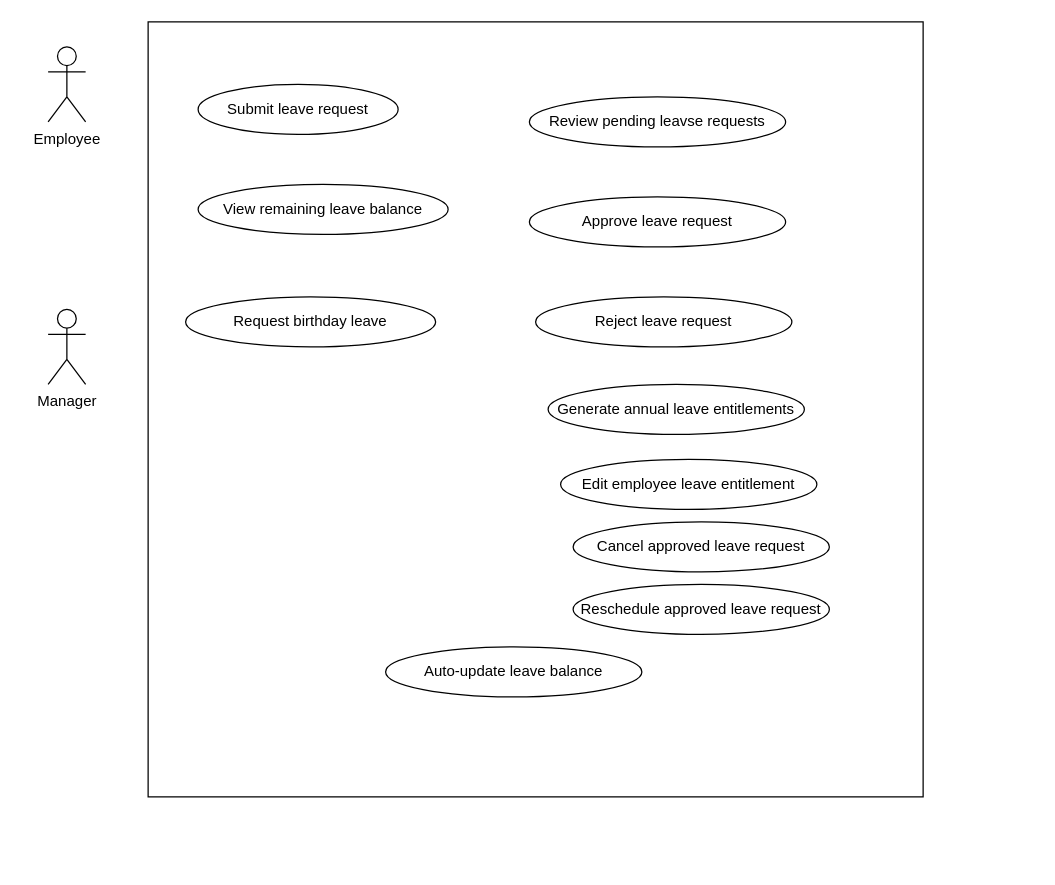
Before: docs/Use-Case-Diagram.drawio in ChinnuDeveloper/CareHome-Leave-Management-System, a draw.io diagram. Source tidied: cells renumbered, new cells numbered last; positions are measured from the earlier drawing's top-left corner, leaving out a move shared by most shapes. Both pictures are drawn from the tidied source at 125%, with x=0, y=0 at pixel (48, 21).
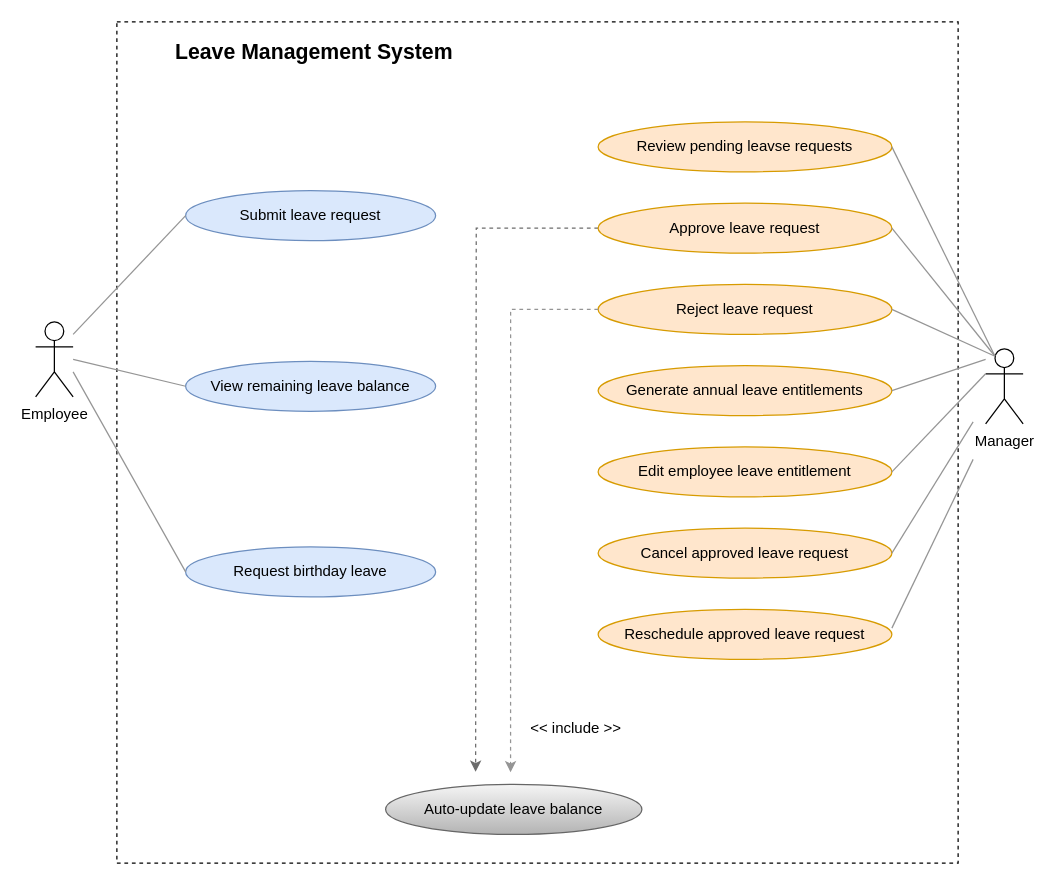
The same diagram, later.

Diff of the diagram source:
```diff
@@
-    <mxCell id="2" style="whiteSpace=wrap;html=1;" parent="1" vertex="1">
-      <mxGeometry x="80" width="620" height="620" as="geometry" />
+    <mxCell id="2" style="whiteSpace=wrap;html=1;dashed=1;" parent="1" vertex="1">
+      <mxGeometry x="55" width="673" height="673" as="geometry" />
     </mxCell>
     <mxCell id="3" value="Employee" style="shape=umlActor;verticalLabelPosition=bottom;verticalAlign=top;html=1;" parent="1" vertex="1">
-      <mxGeometry y="20" width="30" height="60" as="geometry" />
+      <mxGeometry x="-10" y="240" width="30" height="60" as="geometry" />
     </mxCell>
     <mxCell id="4" value="Manager" style="shape=umlActor;verticalLabelPosition=bottom;verticalAlign=top;html=1;outlineConnect=0;" parent="1" vertex="1">
-      <mxGeometry y="230" width="30" height="60" as="geometry" />
+      <mxGeometry x="750" y="261.5" width="30" height="60" as="geometry" />
     </mxCell>
-    <mxCell id="5" value="Submit leave request" style="ellipse;whiteSpace=wrap;html=1;" parent="1" vertex="1">
-      <mxGeometry x="120" y="50" width="160" height="40" as="geometry" />
+    <mxCell id="5" value="Submit leave request" style="ellipse;whiteSpace=wrap;html=1;fillColor=#dae8fc;strokeColor=#6c8ebf;" parent="1" vertex="1">
+      <mxGeometry x="110" y="135" width="200" height="40" as="geometry" />
     </mxCell>
-    <mxCell id="6" value="View remaining leave balance" style="ellipse;whiteSpace=wrap;html=1;" parent="1" vertex="1">
-      <mxGeometry x="120" y="130" width="200" height="40" as="geometry" />
+    <mxCell id="6" value="View remaining leave balance" style="ellipse;whiteSpace=wrap;html=1;fillColor=#dae8fc;strokeColor=#6c8ebf;" parent="1" vertex="1">
+      <mxGeometry x="110" y="271.5" width="200" height="40" as="geometry" />
     </mxCell>
-    <mxCell id="7" value="Request birthday leave" style="ellipse;whiteSpace=wrap;html=1;" parent="1" vertex="1">
-      <mxGeometry x="110" y="220" width="200" height="40" as="geometry" />
+    <mxCell id="7" value="Request birthday leave" style="ellipse;whiteSpace=wrap;html=1;fillColor=#dae8fc;strokeColor=#6c8ebf;" parent="1" vertex="1">
+      <mxGeometry x="110" y="420" width="200" height="40" as="geometry" />
     </mxCell>
+    <mxCell id="16" style="edgeStyle=orthogonalEdgeStyle;rounded=0;jettySize=auto;html=1;exitX=0;exitY=0.5;exitDx=0;exitDy=0;dashed=1;strokeColor=#6C6C6C;" parent="1" edge="1" source="9">
+      <mxGeometry relative="1" as="geometry">
+        <mxPoint x="342" y="600" as="targetPoint" />
+      </mxGeometry>
+    </mxCell>
-    <mxCell id="8" value="Review pending leavse requests" style="ellipse;whiteSpace=wrap;html=1;" parent="1" vertex="1">
-      <mxGeometry x="385" y="60" width="205" height="40" as="geometry" />
+    <mxCell id="8" value="Review pending leavse requests" style="ellipse;whiteSpace=wrap;html=1;fillColor=#ffe6cc;strokeColor=#d79b00;" parent="1" vertex="1">
+      <mxGeometry x="440" y="80" width="235" height="40" as="geometry" />
     </mxCell>
-    <mxCell id="9" value="Approve leave request" style="ellipse;whiteSpace=wrap;html=1;" parent="1" vertex="1">
-      <mxGeometry x="385" y="140" width="205" height="40" as="geometry" />
+    <mxCell id="9" value="Approve leave request" style="ellipse;whiteSpace=wrap;html=1;fillColor=#ffe6cc;strokeColor=#d79b00;" parent="1" vertex="1">
+      <mxGeometry x="440" y="145" width="235" height="40" as="geometry" />
     </mxCell>
-    <mxCell id="10" value="Reject leave request" style="ellipse;whiteSpace=wrap;html=1;" parent="1" vertex="1">
-      <mxGeometry x="390" y="220" width="205" height="40" as="geometry" />
+    <mxCell id="10" value="Reject leave request" style="ellipse;whiteSpace=wrap;html=1;fillColor=#ffe6cc;strokeColor=#d79b00;" parent="1" vertex="1">
+      <mxGeometry x="440" y="210" width="235" height="40" as="geometry" />
     </mxCell>
-    <mxCell id="11" value="Auto-update leave balance" style="ellipse;whiteSpace=wrap;html=1;" parent="1" vertex="1">
-      <mxGeometry x="270" y="500" width="205" height="40" as="geometry" />
+    <mxCell id="11" value="Auto-update leave balance" style="ellipse;whiteSpace=wrap;html=1;fillColor=#f5f5f5;gradientColor=#b3b3b3;strokeColor=#666666;" parent="1" vertex="1">
+      <mxGeometry x="270" y="610" width="205" height="40" as="geometry" />
     </mxCell>
-    <mxCell id="12" value="Generate annual leave entitlements" style="ellipse;whiteSpace=wrap;html=1;" parent="1" vertex="1">
-      <mxGeometry x="400" y="290" width="205" height="40" as="geometry" />
+    <mxCell id="12" value="Generate annual leave entitlements" style="ellipse;whiteSpace=wrap;html=1;fillColor=#ffe6cc;strokeColor=#d79b00;" parent="1" vertex="1">
+      <mxGeometry x="440" y="275" width="235" height="40" as="geometry" />
     </mxCell>
-    <mxCell id="13" value="Edit employee leave entitlement" style="ellipse;whiteSpace=wrap;html=1;" parent="1" vertex="1">
-      <mxGeometry x="410" y="350" width="205" height="40" as="geometry" />
+    <mxCell id="13" value="Edit employee leave entitlement" style="ellipse;whiteSpace=wrap;html=1;fillColor=#ffe6cc;strokeColor=#d79b00;" parent="1" vertex="1">
+      <mxGeometry x="440" y="340" width="235" height="40" as="geometry" />
     </mxCell>
-    <mxCell id="14" value="Cancel approved leave request" style="ellipse;whiteSpace=wrap;html=1;" parent="1" vertex="1">
-      <mxGeometry x="420" y="400" width="205" height="40" as="geometry" />
+    <mxCell id="14" value="Cancel approved leave request" style="ellipse;whiteSpace=wrap;html=1;fillColor=#ffe6cc;strokeColor=#d79b00;" parent="1" vertex="1">
+      <mxGeometry x="440" y="405" width="235" height="40" as="geometry" />
     </mxCell>
-    <mxCell id="15" value="Reschedule approved leave request" style="ellipse;whiteSpace=wrap;html=1;" parent="1" vertex="1">
-      <mxGeometry x="420" y="450" width="205" height="40" as="geometry" />
+    <mxCell id="15" value="Reschedule approved leave request" style="ellipse;whiteSpace=wrap;html=1;fillColor=#ffe6cc;strokeColor=#d79b00;" parent="1" vertex="1">
+      <mxGeometry x="440" y="470" width="235" height="40" as="geometry" />
     </mxCell>
+    <mxCell id="17" value="&lt;b&gt;Leave Management System&lt;/b&gt;" style="text;html=1;whiteSpace=wrap;strokeColor=none;fillColor=none;align=left;verticalAlign=middle;rounded=0;fontSize=17;" parent="1" vertex="1">
+      <mxGeometry x="100" y="10" width="240" height="30" as="geometry" />
+    </mxCell>
+    <mxCell id="18" style="endArrow=none;html=1;rounded=0;entryX=0;entryY=0.5;entryDx=0;entryDy=0;strokeColor=#959595;" parent="1" edge="1" target="5">
+      <mxGeometry relative="1" as="geometry">
+        <mxPoint x="20" y="250" as="sourcePoint" />
+      </mxGeometry>
+    </mxCell>
+    <mxCell id="19" style="endArrow=none;html=1;rounded=0;entryX=0;entryY=0.5;entryDx=0;entryDy=0;strokeColor=#959595;" parent="1" edge="1" target="6">
+      <mxGeometry relative="1" as="geometry">
+        <mxPoint x="20" y="270" as="sourcePoint" />
+      </mxGeometry>
+    </mxCell>
+    <mxCell id="20" style="endArrow=none;html=1;rounded=0;entryX=0;entryY=0.5;entryDx=0;entryDy=0;strokeColor=#959595;" parent="1" edge="1" target="7">
+      <mxGeometry relative="1" as="geometry">
+        <mxPoint x="20" y="280" as="sourcePoint" />
+      </mxGeometry>
+    </mxCell>
+    <mxCell id="21" style="endArrow=none;html=1;rounded=0;entryX=0.25;entryY=0.1;entryDx=0;entryDy=0;entryPerimeter=0;strokeColor=#959595;" parent="1" edge="1" target="4">
+      <mxGeometry relative="1" as="geometry">
+        <mxPoint x="675" y="100" as="sourcePoint" />
+      </mxGeometry>
+    </mxCell>
+    <mxCell id="22" style="endArrow=none;html=1;rounded=0;entryX=0.25;entryY=0.1;entryDx=0;entryDy=0;entryPerimeter=0;exitX=1;exitY=0.5;exitDx=0;exitDy=0;strokeColor=#959595;" parent="1" edge="1" source="9" target="4">
+      <mxGeometry relative="1" as="geometry" />
+    </mxCell>
+    <mxCell id="23" style="endArrow=none;html=1;rounded=0;entryX=0.25;entryY=0.1;entryDx=0;entryDy=0;entryPerimeter=0;exitX=1;exitY=0.5;exitDx=0;exitDy=0;strokeColor=#959595;" parent="1" edge="1" target="4">
+      <mxGeometry relative="1" as="geometry">
+        <mxPoint x="675" y="230" as="sourcePoint" />
+      </mxGeometry>
+    </mxCell>
+    <mxCell id="24" style="endArrow=none;html=1;rounded=0;exitX=1;exitY=0.5;exitDx=0;exitDy=0;strokeColor=#959595;" parent="1" edge="1" source="12">
+      <mxGeometry relative="1" as="geometry">
+        <mxPoint x="750" y="270" as="targetPoint" />
+      </mxGeometry>
+    </mxCell>
+    <mxCell id="25" style="endArrow=none;html=1;rounded=0;entryX=0;entryY=0.3333333333333333;entryDx=0;entryDy=0;entryPerimeter=0;strokeColor=#959595;" parent="1" edge="1" target="4">
+      <mxGeometry relative="1" as="geometry">
+        <mxPoint x="675" y="360" as="sourcePoint" />
+      </mxGeometry>
+    </mxCell>
+    <mxCell id="26" style="endArrow=none;html=1;rounded=0;exitX=1;exitY=0.5;exitDx=0;exitDy=0;strokeColor=#959595;" parent="1" edge="1" source="14">
+      <mxGeometry relative="1" as="geometry">
+        <mxPoint x="740" y="320" as="targetPoint" />
+      </mxGeometry>
+    </mxCell>
+    <mxCell id="27" style="endArrow=none;html=1;rounded=0;exitX=1;exitY=0.5;exitDx=0;exitDy=0;strokeColor=#959595;" parent="1" edge="1">
+      <mxGeometry relative="1" as="geometry">
+        <mxPoint x="675" y="485" as="sourcePoint" />
+        <mxPoint x="740" y="350" as="targetPoint" />
+      </mxGeometry>
+    </mxCell>
+    <mxCell id="28" style="edgeStyle=orthogonalEdgeStyle;rounded=0;jettySize=auto;html=1;exitX=0;exitY=0.5;exitDx=0;exitDy=0;entryX=0.468;entryY=0.892;entryDx=0;entryDy=0;entryPerimeter=0;strokeColor=#959595;dashed=1;" parent="1" edge="1" source="10" target="2">
+      <mxGeometry relative="1" as="geometry">
+        <Array as="points">
+          <mxPoint x="370" y="230" />
+        </Array>
+      </mxGeometry>
+    </mxCell>
+    <mxCell id="29" value="&amp;lt;&amp;lt; include &amp;gt;&amp;gt;" style="text;html=1;whiteSpace=wrap;strokeColor=none;fillColor=none;align=center;verticalAlign=middle;rounded=0;" parent="1" vertex="1">
+      <mxGeometry x="385" y="550" width="75" height="30" as="geometry" />
+    </mxCell>
```
